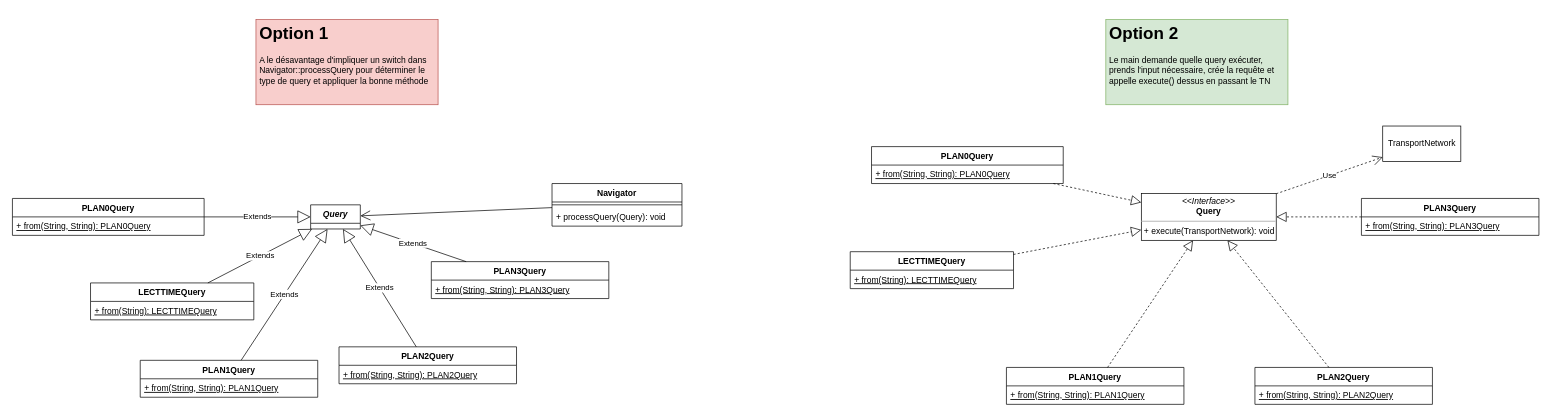
Before: page "Page-3" (3 of 5) of specification/diagrams/model.drawio in adrian-heouairi/MoriaMap, a draw.io diagram. Source tidied: cells renumbered, new cells numbered last; positions are measured from the earlier drawing's top-left corner, leaving out a move shared by most shapes. Both pictures are drawn from the tidied source at 71%, with x=0, y=0 at pixel (12, 19).
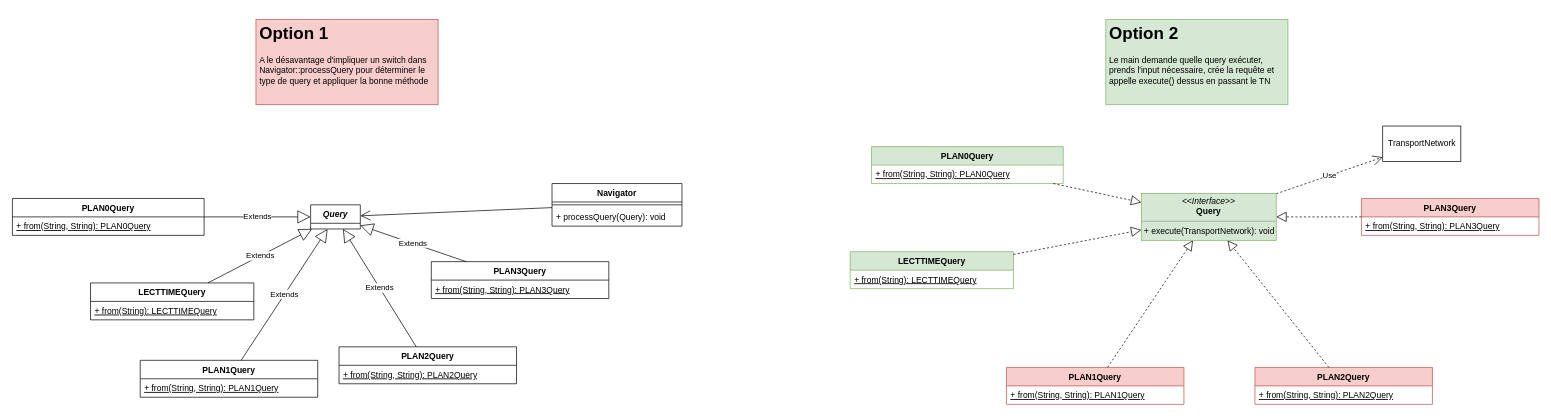
The same page after the edit.

Commit message (it also covers changes not shown here):
Add query specification

The edit, as a diff of the source:
```diff
@@
-    <mxCell id="21" value="PLAN0Query" style="swimlane;fontStyle=1;align=center;verticalAlign=top;horizontal=1;startSize=26;" parent="1" vertex="1">
+    <mxCell id="21" value="PLAN0Query" style="swimlane;fontStyle=1;align=center;verticalAlign=top;horizontal=1;startSize=26;fillColor=#d5e8d4;strokeColor=#82b366;" parent="1" vertex="1">
       <mxGeometry x="1210" y="179" width="270" height="52" as="geometry" />
     </mxCell>
@@
-    <mxCell id="23" value="LECTTIMEQuery" style="swimlane;fontStyle=1;align=center;verticalAlign=top;horizontal=1;startSize=26;" parent="1" vertex="1">
+    <mxCell id="23" value="LECTTIMEQuery" style="swimlane;fontStyle=1;align=center;verticalAlign=top;horizontal=1;startSize=26;fillColor=#d5e8d4;strokeColor=#82b366;" parent="1" vertex="1">
       <mxGeometry x="1180" y="327" width="230" height="52" as="geometry" />
     </mxCell>
@@
-    <mxCell id="25" value="PLAN1Query" style="swimlane;fontStyle=1;align=center;verticalAlign=top;horizontal=1;startSize=26;" parent="1" vertex="1">
+    <mxCell id="25" value="PLAN1Query" style="swimlane;fontStyle=1;align=center;verticalAlign=top;horizontal=1;startSize=26;fillColor=#f8cecc;strokeColor=#b85450;" parent="1" vertex="1">
       <mxGeometry x="1400" y="490" width="250" height="52" as="geometry" />
     </mxCell>
@@
-    <mxCell id="27" value="PLAN2Query" style="swimlane;fontStyle=1;align=center;verticalAlign=top;horizontal=1;startSize=26;" parent="1" vertex="1">
+    <mxCell id="27" value="PLAN2Query" style="swimlane;fontStyle=1;align=center;verticalAlign=top;horizontal=1;startSize=26;fillColor=#f8cecc;strokeColor=#b85450;" parent="1" vertex="1">
       <mxGeometry x="1750" y="490" width="250" height="52" as="geometry" />
     </mxCell>
@@
-    <mxCell id="29" value="PLAN3Query" style="swimlane;fontStyle=1;align=center;verticalAlign=top;horizontal=1;startSize=26;" parent="1" vertex="1">
+    <mxCell id="29" value="PLAN3Query" style="swimlane;fontStyle=1;align=center;verticalAlign=top;horizontal=1;startSize=26;fillColor=#f8cecc;strokeColor=#b85450;" parent="1" vertex="1">
       <mxGeometry x="1900" y="252" width="250" height="52" as="geometry" />
     </mxCell>
-    <mxCell id="30" value="+ from(String, String): PLAN3Query" style="text;strokeColor=none;fillColor=none;align=left;verticalAlign=top;spacingLeft=4;spacingRight=4;overflow=hidden;fontStyle=4;" parent="29" vertex="1">
+    <mxCell id="30" value="+ from(String, String): PLAN3Query" style="text;align=left;verticalAlign=top;spacingLeft=4;spacingRight=4;overflow=hidden;fontStyle=4;" parent="29" vertex="1">
       <mxGeometry y="26" width="250" height="26" as="geometry" />
     </mxCell>
@@
-    <mxCell id="41" value="&lt;p style=&quot;margin:0px;margin-top:4px;text-align:center;&quot;&gt;&lt;i&gt;&amp;lt;&amp;lt;Interface&amp;gt;&amp;gt;&lt;/i&gt;&lt;br&gt;&lt;b&gt;Query&lt;/b&gt;&lt;/p&gt;&lt;hr size=&quot;1&quot;&gt;&lt;p style=&quot;margin:0px;margin-left:4px;&quot;&gt;+ execute(TransportNetwork): void&lt;br&gt;&lt;/p&gt;" style="verticalAlign=top;align=left;overflow=fill;fontSize=12;fontFamily=Helvetica;html=1;" parent="1" vertex="1">
+    <mxCell id="41" value="&lt;p style=&quot;margin:0px;margin-top:4px;text-align:center;&quot;&gt;&lt;i&gt;&amp;lt;&amp;lt;Interface&amp;gt;&amp;gt;&lt;/i&gt;&lt;br&gt;&lt;b&gt;Query&lt;/b&gt;&lt;/p&gt;&lt;hr size=&quot;1&quot;&gt;&lt;p style=&quot;margin:0px;margin-left:4px;&quot;&gt;+ execute(TransportNetwork): void&lt;br&gt;&lt;/p&gt;" style="verticalAlign=top;align=left;overflow=fill;fontSize=12;fontFamily=Helvetica;html=1;fillColor=#d5e8d4;strokeColor=#82b366;" parent="1" vertex="1">
       <mxGeometry x="1590" y="245" width="190" height="66" as="geometry" />
     </mxCell>
```
